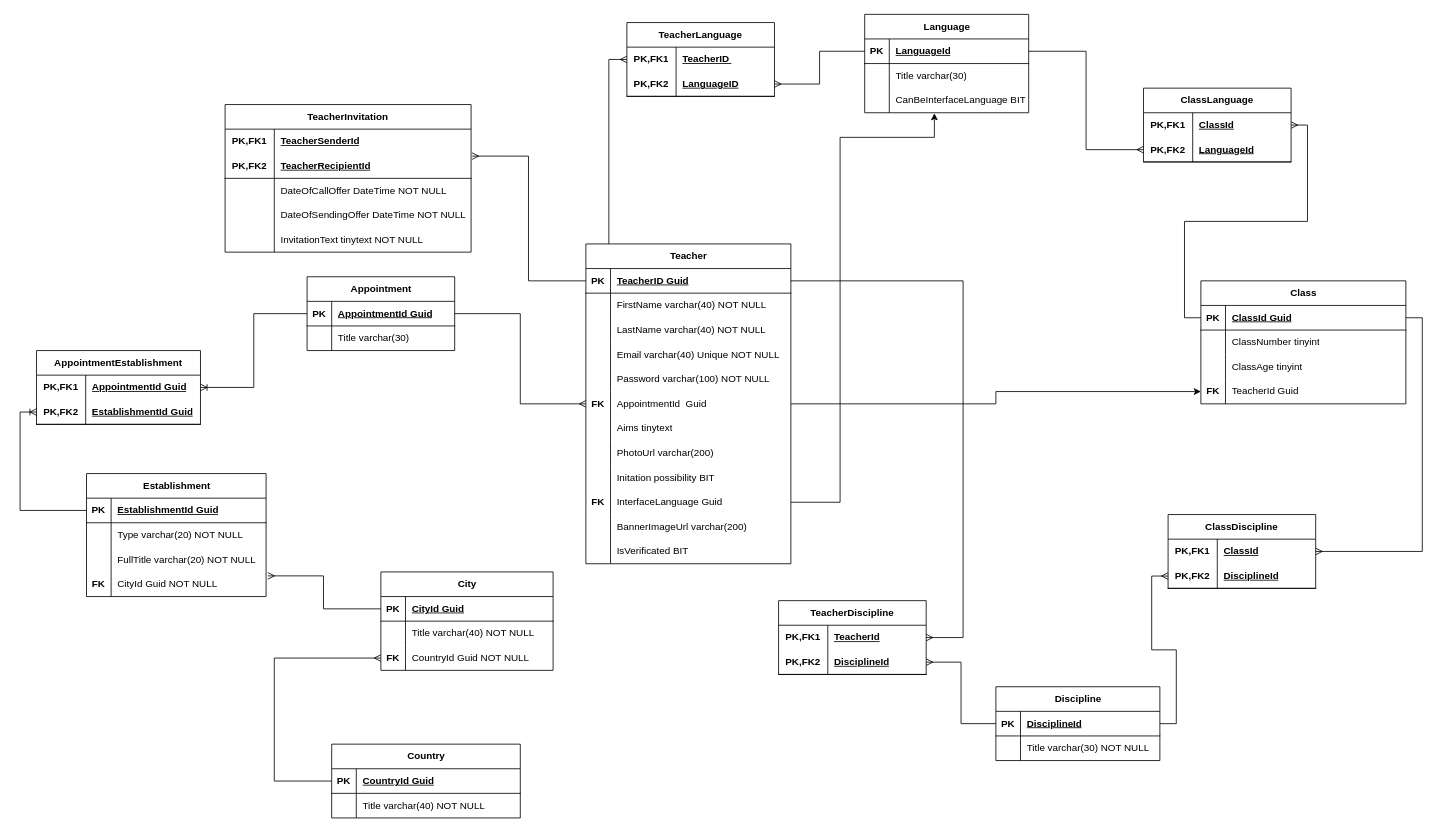
Before: General provisions/диаграмма_сущностей.drawio in AlesBan/wonderworld, a draw.io diagram. Source tidied: cells renumbered, new cells numbered last; positions are measured from the earlier drawing's top-left corner, leaving out a move shared by most shapes. Both pictures are drawn from the tidied source at 82%, with x=0, y=0 at pixel (36, 14).
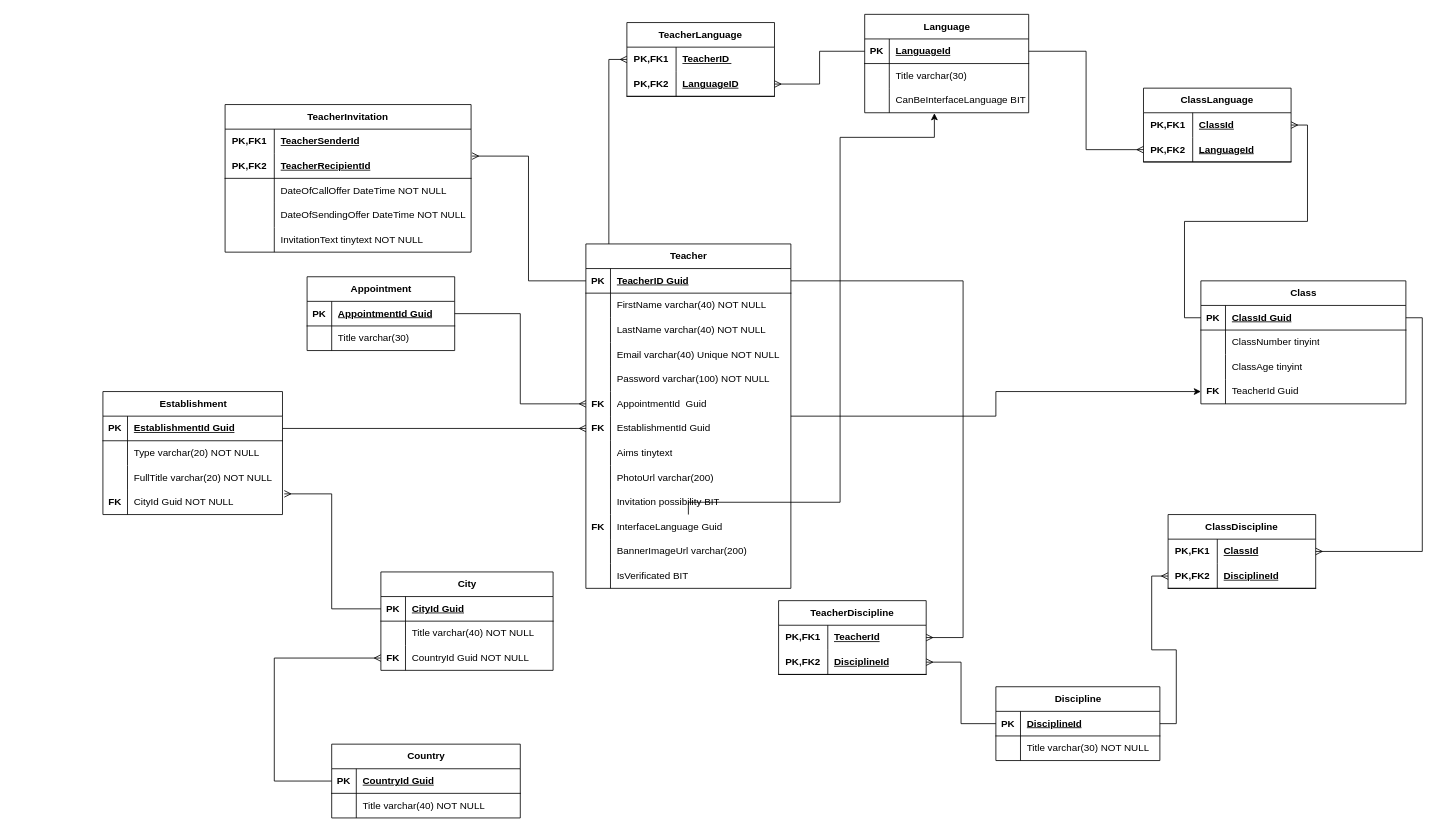
After the change.

Unchanged cells that the change refers to:
```xml
<mxCell id="54" style="shape=tableRow;horizontal=0;startSize=0;swimlaneHead=0;swimlaneBody=0;fillColor=none;points=[[0,0.5],[1,0.5]];portConstraint=eastwest;top=0;left=0;right=0;bottom=1;strokeWidth=1;" parent="53" vertex="1">
  <mxGeometry y="30" width="219" height="30" as="geometry" />
</mxCell>
<mxCell id="156" style="shape=tableRow;horizontal=0;startSize=0;swimlaneHead=0;swimlaneBody=0;fillColor=none;points=[[0,0.5],[1,0.5]];portConstraint=eastwest;top=0;left=0;right=0;bottom=1;strokeWidth=1;" parent="155" vertex="1">
  <mxGeometry y="30" width="180" height="30" as="geometry" />
</mxCell>
```

The edit, as a diff of the source:
```diff
@@
     <mxCell id="3" value="Teacher" style="shape=table;startSize=30;childLayout=tableLayout;rowLines=0;fontStyle=1;align=center;html=1;strokeWidth=1;" parent="1" vertex="1">
-      <mxGeometry x="670" y="280" width="250" height="390" as="geometry" />
+      <mxGeometry x="670" y="280" width="250" height="420" as="geometry" />
     </mxCell>
@@
+    <mxCell id="173" style="shape=tableRow;horizontal=0;startSize=0;swimlaneHead=0;swimlaneBody=0;fillColor=none;points=[[0,0.5],[1,0.5]];portConstraint=eastwest;top=0;left=0;right=0;bottom=0;strokeWidth=1;" parent="3" vertex="1">
+      <mxGeometry y="210" width="250" height="30" as="geometry" />
+    </mxCell>
+    <mxCell id="174" value="FK" style="shape=partialRectangle;fillColor=none;top=0;left=0;bottom=0;right=0;overflow=hidden;whiteSpace=wrap;html=1;strokeWidth=1;fontStyle=1;" parent="173" vertex="1">
+      <mxGeometry width="30" height="30" as="geometry" />
+    </mxCell>
+    <mxCell id="169" value="EstablishmentId Guid" style="shape=partialRectangle;fillColor=none;top=0;left=0;bottom=0;right=0;align=left;spacingLeft=6;overflow=hidden;whiteSpace=wrap;html=1;strokeWidth=1;" parent="173" vertex="1">
+      <mxGeometry x="30" width="220" height="30" as="geometry" />
+    </mxCell>
     <mxCell id="22" style="shape=tableRow;horizontal=0;startSize=0;swimlaneHead=0;swimlaneBody=0;fillColor=none;top=0;left=0;right=0;bottom=0;strokeWidth=1;" parent="3" vertex="1">
-      <mxGeometry y="210" width="250" height="30" as="geometry" />
+      <mxGeometry y="240" width="250" height="30" as="geometry" />
     </mxCell>
@@
     <mxCell id="25" style="shape=tableRow;horizontal=0;startSize=0;swimlaneHead=0;swimlaneBody=0;fillColor=none;top=0;left=0;right=0;bottom=0;strokeWidth=1;" parent="3" vertex="1">
-      <mxGeometry y="240" width="250" height="30" as="geometry" />
+      <mxGeometry y="270" width="250" height="30" as="geometry" />
     </mxCell>
@@
     <mxCell id="28" style="shape=tableRow;horizontal=0;startSize=0;swimlaneHead=0;swimlaneBody=0;fillColor=none;top=0;left=0;right=0;bottom=0;strokeWidth=1;" parent="3" vertex="1">
-      <mxGeometry y="270" width="250" height="30" as="geometry" />
+      <mxGeometry y="300" width="250" height="30" as="geometry" />
     </mxCell>
@@
-    <mxCell id="30" value="Initation possibility BIT" style="shape=partialRectangle;fillColor=none;top=0;left=0;bottom=0;right=0;align=left;spacingLeft=6;overflow=hidden;whiteSpace=wrap;html=1;strokeWidth=1;" parent="28" vertex="1">
+    <mxCell id="30" value="Invitation possibility BIT" style="shape=partialRectangle;fillColor=none;top=0;left=0;bottom=0;right=0;align=left;spacingLeft=6;overflow=hidden;whiteSpace=wrap;html=1;strokeWidth=1;" parent="28" vertex="1">
       <mxGeometry x="30" width="220" height="30" as="geometry" />
     </mxCell>
     <mxCell id="31" style="shape=tableRow;horizontal=0;startSize=0;swimlaneHead=0;swimlaneBody=0;fillColor=none;points=[[0,0.5],[1,0.5]];portConstraint=eastwest;top=0;left=0;right=0;bottom=0;strokeWidth=1;" parent="3" vertex="1">
-      <mxGeometry y="300" width="250" height="30" as="geometry" />
+      <mxGeometry y="330" width="250" height="30" as="geometry" />
     </mxCell>
@@
     <mxCell id="34" style="shape=tableRow;horizontal=0;startSize=0;swimlaneHead=0;swimlaneBody=0;fillColor=none;top=0;left=0;right=0;bottom=0;strokeWidth=1;" parent="3" vertex="1">
-      <mxGeometry y="330" width="250" height="30" as="geometry" />
+      <mxGeometry y="360" width="250" height="30" as="geometry" />
     </mxCell>
@@
     <mxCell id="37" style="shape=tableRow;horizontal=0;startSize=0;swimlaneHead=0;swimlaneBody=0;fillColor=none;top=0;left=0;right=0;bottom=0;strokeWidth=1;" parent="3" vertex="1">
-      <mxGeometry y="360" width="250" height="30" as="geometry" />
+      <mxGeometry y="390" width="250" height="30" as="geometry" />
     </mxCell>
@@
     <mxCell id="53" value="Establishment" style="shape=table;startSize=30;childLayout=tableLayout;rowLines=0;fontStyle=1;align=center;html=1;strokeWidth=1;" parent="1" vertex="1">
-      <mxGeometry x="61" y="560" width="219" height="150" as="geometry" />
+      <mxGeometry x="81" y="460" width="219" height="150" as="geometry" />
     </mxCell>
@@
-    <mxCell id="163" value="AppointmentEstablishment" style="shape=table;startSize=30;childLayout=tableLayout;rowLines=0;fontStyle=1;align=center;html=1;whiteSpace=wrap;" parent="1" vertex="1">
-      <mxGeometry y="410" width="200" height="90" as="geometry" />
-    </mxCell>
-    <mxCell id="164" style="shape=tableRow;horizontal=0;startSize=0;swimlaneHead=0;swimlaneBody=0;fillColor=none;points=[[0,0.5],[1,0.5]];portConstraint=eastwest;top=0;left=0;right=0;bottom=0;html=1;" parent="163" vertex="1">
-      <mxGeometry y="30" width="200" height="30" as="geometry" />
-    </mxCell>
-    <mxCell id="165" value="PK,FK1" style="shape=partialRectangle;fillColor=none;top=0;left=0;bottom=0;right=0;fontStyle=1;overflow=hidden;html=1;whiteSpace=wrap;" parent="164" vertex="1">
-      <mxGeometry width="60" height="30" as="geometry" />
-    </mxCell>
-    <mxCell id="166" value="AppointmentId Guid" style="shape=partialRectangle;fillColor=none;top=0;left=0;bottom=0;right=0;align=left;spacingLeft=6;fontStyle=5;overflow=hidden;html=1;whiteSpace=wrap;" parent="164" vertex="1">
-      <mxGeometry x="60" width="140" height="30" as="geometry" />
-    </mxCell>
-    <mxCell id="167" style="shape=tableRow;horizontal=0;startSize=0;swimlaneHead=0;swimlaneBody=0;fillColor=none;points=[[0,0.5],[1,0.5]];portConstraint=eastwest;top=0;left=0;right=0;bottom=1;html=1;" parent="163" vertex="1">
-      <mxGeometry y="60" width="200" height="30" as="geometry" />
-    </mxCell>
-    <mxCell id="168" value="PK,FK2" style="shape=partialRectangle;fillColor=none;top=0;left=0;bottom=0;right=0;fontStyle=1;overflow=hidden;html=1;whiteSpace=wrap;" parent="167" vertex="1">
-      <mxGeometry width="60" height="30" as="geometry" />
-    </mxCell>
-    <mxCell id="169" value="EstablishmentId Guid" style="shape=partialRectangle;fillColor=none;top=0;left=0;bottom=0;right=0;align=left;spacingLeft=6;fontStyle=5;overflow=hidden;html=1;whiteSpace=wrap;" parent="167" vertex="1">
-      <mxGeometry x="60" width="140" height="30" as="geometry" />
-    </mxCell>
-    <mxCell id="170" style="edgeStyle=orthogonalEdgeStyle;rounded=0;jettySize=auto;html=1;exitX=0;exitY=0.5;exitDx=0;exitDy=0;entryX=0;entryY=0.5;entryDx=0;entryDy=0;endArrow=ERoneToMany;endFill=0;" parent="1" edge="1" source="54" target="167">
-      <mxGeometry relative="1" as="geometry" />
-    </mxCell>
-    <mxCell id="171" style="edgeStyle=orthogonalEdgeStyle;rounded=0;jettySize=auto;html=1;exitX=0;exitY=0.5;exitDx=0;exitDy=0;entryX=1;entryY=0.5;entryDx=0;entryDy=0;endArrow=ERoneToMany;endFill=0;" parent="1" edge="1" source="156" target="164">
-      <mxGeometry relative="1" as="geometry" />
-    </mxCell>
@@
+    <mxCell id="175" style="edgeStyle=orthogonalEdgeStyle;rounded=0;jettySize=auto;html=1;exitX=1;exitY=0.5;exitDx=0;exitDy=0;endArrow=ERmany;endFill=0;" parent="1" edge="1" source="54" target="173">
+      <mxGeometry relative="1" as="geometry" />
+    </mxCell>
```
